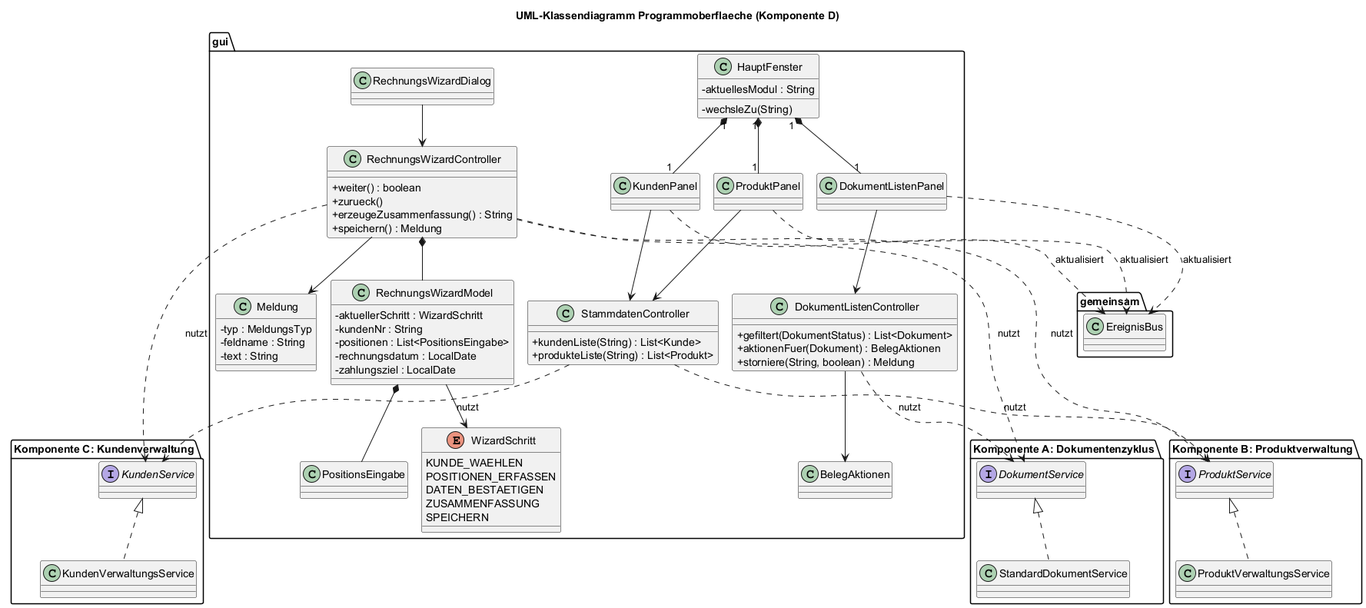
The PlantUML diagram dokumentation/diagramme/klassendiagramm_programmoberflaeche.png in lucasstrubel/faktura, before a commit. Its diagram source:
```plantuml
@startuml
!pragma layout smetana
!pragma layout smetana
title UML-Klassendiagramm Programmoberflaeche (Komponente D)
skinparam classAttributeIconSize 0
skinparam linetype ortho

package "gui" {
  class HauptFenster {
    - aktuellesModul : String
    - wechsleZu(String)
  }

  class KundenPanel
  class ProduktPanel
  class DokumentListenPanel
  class RechnungsWizardDialog

  class StammdatenController {
    + kundenListe(String) : List<Kunde>
    + produkteListe(String) : List<Produkt>
  }

  class DokumentListenController {
    + gefiltert(DokumentStatus) : List<Dokument>
    + aktionenFuer(Dokument) : BelegAktionen
    + storniere(String, boolean) : Meldung
  }

  class RechnungsWizardController {
    + weiter() : boolean
    + zurueck()
    + erzeugeZusammenfassung() : String
    + speichern() : Meldung
  }

  class RechnungsWizardModel {
    - aktuellerSchritt : WizardSchritt
    - kundenNr : String
    - positionen : List<PositionsEingabe>
    - rechnungsdatum : LocalDate
    - zahlungsziel : LocalDate
  }

  enum WizardSchritt {
    KUNDE_WAEHLEN
    POSITIONEN_ERFASSEN
    DATEN_BESTAETIGEN
    ZUSAMMENFASSUNG
    SPEICHERN
  }

  class Meldung {
    - typ : MeldungsTyp
    - feldname : String
    - text : String
  }

  class BelegAktionen
  class PositionsEingabe
}

package "Komponente A: Dokumentenzyklus" {
  interface DokumentService
  class StandardDokumentService
}

package "Komponente B: Produktverwaltung" {
  interface ProduktService
  class ProduktVerwaltungsService
}

package "Komponente C: Kundenverwaltung" {
  interface KundenService
  class KundenVerwaltungsService
}

package "gemeinsam" {
  class EreignisBus
}

HauptFenster "1" *-- "1" KundenPanel
HauptFenster "1" *-- "1" ProduktPanel
HauptFenster "1" *-- "1" DokumentListenPanel

KundenPanel --> StammdatenController
ProduktPanel --> StammdatenController
DokumentListenPanel --> DokumentListenController
RechnungsWizardDialog --> RechnungsWizardController

StammdatenController ..> KundenService : nutzt
StammdatenController ..> ProduktService : nutzt
DokumentListenController ..> DokumentService : nutzt
RechnungsWizardController ..> DokumentService : nutzt
RechnungsWizardController ..> KundenService : nutzt
RechnungsWizardController ..> ProduktService : nutzt

DokumentService <|.. StandardDokumentService
ProduktService <|.. ProduktVerwaltungsService
KundenService <|.. KundenVerwaltungsService

RechnungsWizardController *-- RechnungsWizardModel
RechnungsWizardModel --> WizardSchritt
RechnungsWizardModel *-- PositionsEingabe
RechnungsWizardController --> Meldung
DokumentListenController --> BelegAktionen

KundenPanel ..> EreignisBus : aktualisiert
ProduktPanel ..> EreignisBus : aktualisiert
DokumentListenPanel ..> EreignisBus : aktualisiert
@enduml
```
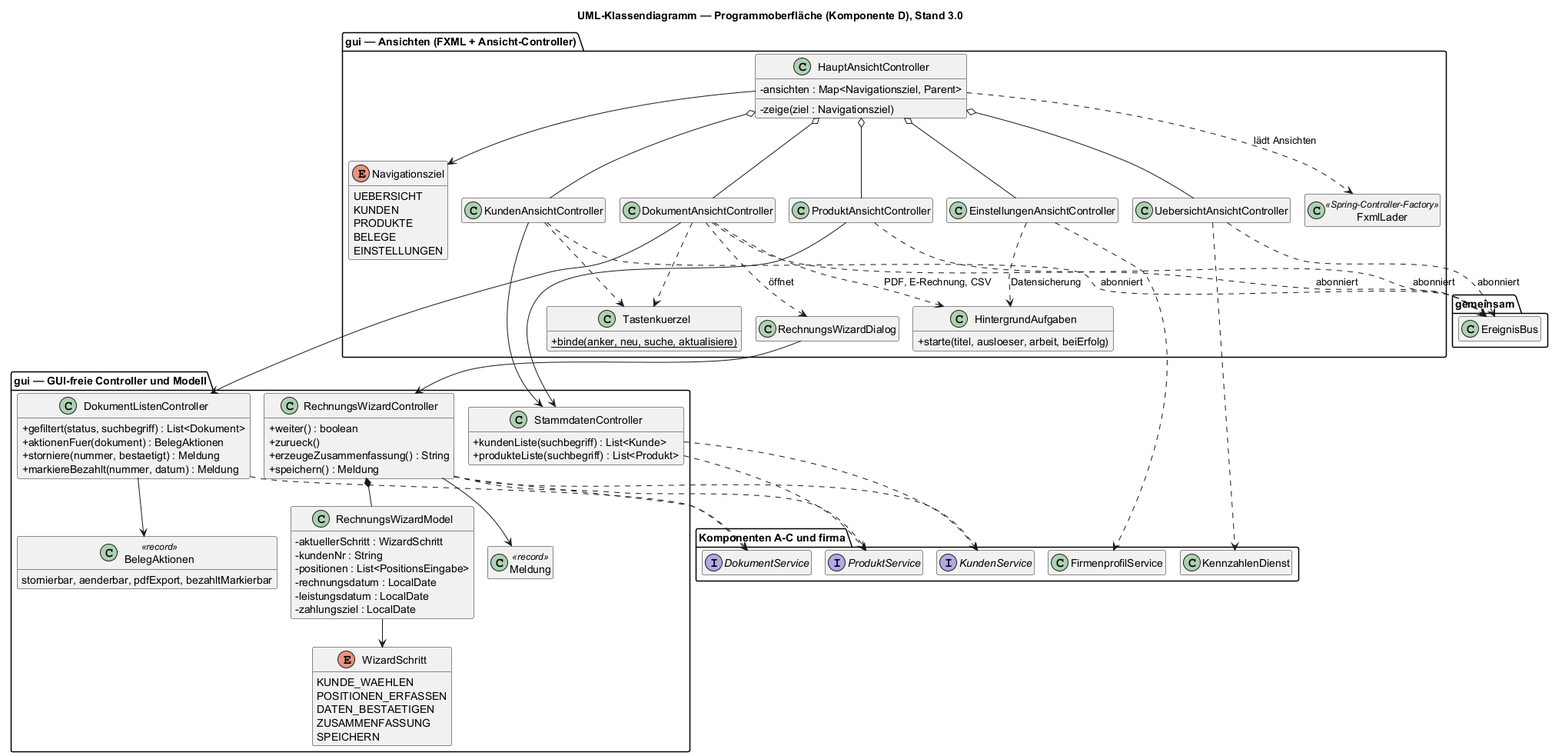
After the change.

What changed in the source:
```diff
@@ -1,47 +1,64 @@
-@startuml
+@startuml klassendiagramm_programmoberflaeche
 !pragma layout smetana
 !pragma layout smetana
-title UML-Klassendiagramm Programmoberflaeche (Komponente D)
+title UML-Klassendiagramm — Programmoberfläche (Komponente D), Stand 3.0
+skinparam shadowing false
 skinparam classAttributeIconSize 0
 skinparam linetype ortho
+hide empty members
 
-package "gui" {
-  class HauptFenster {
-    - aktuellesModul : String
-    - wechsleZu(String)
+package "gui — Ansichten (FXML + Ansicht-Controller)" {
+  class HauptAnsichtController {
+    - ansichten : Map<Navigationsziel, Parent>
+    - zeige(ziel : Navigationsziel)
   }
+  enum Navigationsziel {
+    UEBERSICHT
+    KUNDEN
+    PRODUKTE
+    BELEGE
+    EINSTELLUNGEN
+  }
+  class UebersichtAnsichtController
+  class KundenAnsichtController
+  class ProduktAnsichtController
+  class DokumentAnsichtController
+  class EinstellungenAnsichtController
+  class RechnungsWizardDialog
+  class FxmlLader <<Spring-Controller-Factory>>
+  class HintergrundAufgaben {
+    + starte(titel, ausloeser, arbeit, beiErfolg)
+  }
+  class Tastenkuerzel {
+    + {static} binde(anker, neu, suche, aktualisiere)
+  }
+}
 
-  class KundenPanel
-  class ProduktPanel
-  class DokumentListenPanel
-  class RechnungsWizardDialog
-
+package "gui — GUI-freie Controller und Modell" {
   class StammdatenController {
-    + kundenListe(String) : List<Kunde>
-    + produkteListe(String) : List<Produkt>
+    + kundenListe(suchbegriff) : List<Kunde>
+    + produkteListe(suchbegriff) : List<Produkt>
   }
-
   class DokumentListenController {
-    + gefiltert(DokumentStatus) : List<Dokument>
-    + aktionenFuer(Dokument) : BelegAktionen
-    + storniere(String, boolean) : Meldung
+    + gefiltert(status, suchbegriff) : List<Dokument>
+    + aktionenFuer(dokument) : BelegAktionen
+    + storniere(nummer, bestaetigt) : Meldung
+    + markiereBezahlt(nummer, datum) : Meldung
   }
-
   class RechnungsWizardController {
     + weiter() : boolean
     + zurueck()
     + erzeugeZusammenfassung() : String
     + speichern() : Meldung
   }
-
   class RechnungsWizardModel {
     - aktuellerSchritt : WizardSchritt
     - kundenNr : String
     - positionen : List<PositionsEingabe>
     - rechnungsdatum : LocalDate
+    - leistungsdatum : LocalDate
     - zahlungsziel : LocalDate
   }
-
   enum WizardSchritt {
     KUNDE_WAEHLEN
     POSITIONEN_ERFASSEN
@@ -49,63 +66,59 @@
     ZUSAMMENFASSUNG
     SPEICHERN
   }
-
-  class Meldung {
-    - typ : MeldungsTyp
-    - feldname : String
-    - text : String
+  class BelegAktionen <<record>> {
+    stornierbar, aenderbar, pdfExport, bezahltMarkierbar
   }
-
-  class BelegAktionen
-  class PositionsEingabe
+  class Meldung <<record>>
 }
 
-package "Komponente A: Dokumentenzyklus" {
+package "Komponenten A-C und firma" {
   interface DokumentService
-  class StandardDokumentService
-}
-
-package "Komponente B: Produktverwaltung" {
+  interface KundenService
   interface ProduktService
-  class ProduktVerwaltungsService
-}
-
-package "Komponente C: Kundenverwaltung" {
-  interface KundenService
-  class KundenVerwaltungsService
+  class KennzahlenDienst
+  class FirmenprofilService
 }
 
 package "gemeinsam" {
   class EreignisBus
 }
 
-HauptFenster "1" *-- "1" KundenPanel
-HauptFenster "1" *-- "1" ProduktPanel
-HauptFenster "1" *-- "1" DokumentListenPanel
+HauptAnsichtController --> Navigationsziel
+HauptAnsichtController ..> FxmlLader : lädt Ansichten
+HauptAnsichtController o-- UebersichtAnsichtController
+HauptAnsichtController o-- KundenAnsichtController
+HauptAnsichtController o-- ProduktAnsichtController
+HauptAnsichtController o-- DokumentAnsichtController
+HauptAnsichtController o-- EinstellungenAnsichtController
 
-KundenPanel --> StammdatenController
-ProduktPanel --> StammdatenController
-DokumentListenPanel --> DokumentListenController
+KundenAnsichtController --> StammdatenController
+ProduktAnsichtController --> StammdatenController
+DokumentAnsichtController --> DokumentListenController
+DokumentAnsichtController ..> RechnungsWizardDialog : öffnet
 RechnungsWizardDialog --> RechnungsWizardController
+UebersichtAnsichtController ..> KennzahlenDienst
+EinstellungenAnsichtController ..> FirmenprofilService
 
-StammdatenController ..> KundenService : nutzt
-StammdatenController ..> ProduktService : nutzt
-DokumentListenController ..> DokumentService : nutzt
-RechnungsWizardController ..> DokumentService : nutzt
-RechnungsWizardController ..> KundenService : nutzt
-RechnungsWizardController ..> ProduktService : nutzt
+DokumentAnsichtController ..> HintergrundAufgaben : PDF, E-Rechnung, CSV
+EinstellungenAnsichtController ..> HintergrundAufgaben : Datensicherung
+KundenAnsichtController ..> Tastenkuerzel
+DokumentAnsichtController ..> Tastenkuerzel
 
-DokumentService <|.. StandardDokumentService
-ProduktService <|.. ProduktVerwaltungsService
-KundenService <|.. KundenVerwaltungsService
+StammdatenController ..> KundenService
+StammdatenController ..> ProduktService
+DokumentListenController ..> DokumentService
+RechnungsWizardController ..> DokumentService
+RechnungsWizardController ..> KundenService
+RechnungsWizardController ..> ProduktService
 
 RechnungsWizardController *-- RechnungsWizardModel
 RechnungsWizardModel --> WizardSchritt
-RechnungsWizardModel *-- PositionsEingabe
 RechnungsWizardController --> Meldung
 DokumentListenController --> BelegAktionen
 
-KundenPanel ..> EreignisBus : aktualisiert
-ProduktPanel ..> EreignisBus : aktualisiert
-DokumentListenPanel ..> EreignisBus : aktualisiert
+UebersichtAnsichtController ..> EreignisBus : abonniert
+KundenAnsichtController ..> EreignisBus : abonniert
+ProduktAnsichtController ..> EreignisBus : abonniert
+DokumentAnsichtController ..> EreignisBus : abonniert
 @enduml
```
